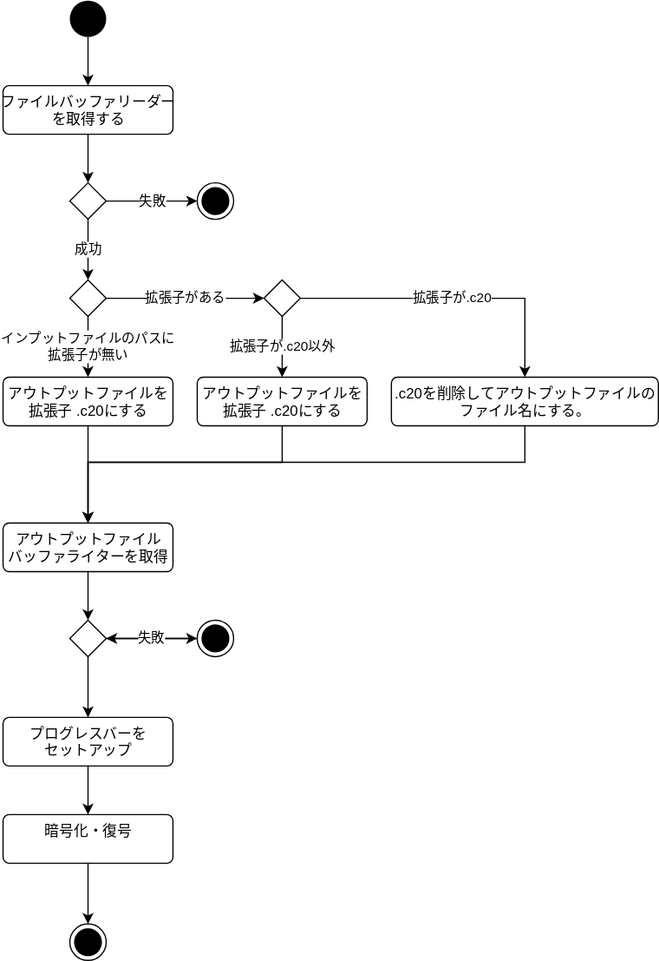
Earlier version of the draw.io export document/crypto_mode.drawio.svg (aoki-soft/CryptoTool). Source tidied: cells renumbered, new cells last; positions are measured from the earlier drawing's top-left corner, leaving out a move shared by most shapes.
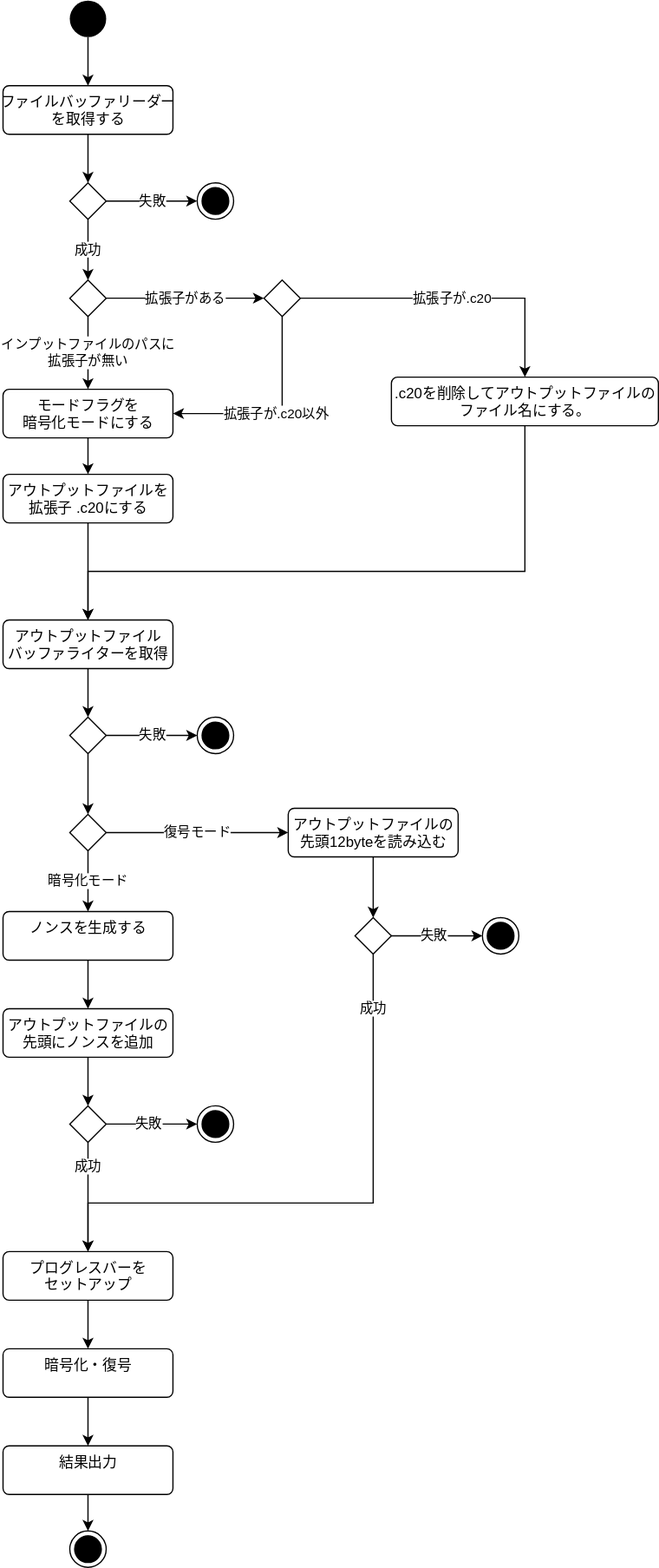
The same file after the commit.

What changed in the source:
```diff
@@ -37,14 +37,18 @@
     <mxCell id="12" style="rhombus;" parent="1" vertex="1">
       <mxGeometry x="55" y="230" width="30" height="30" as="geometry" />
     </mxCell>
-    <mxCell id="13" style="edgeStyle=orthogonalEdgeStyle;rounded=0;jettySize=auto;html=1;" parent="1" edge="1" source="14" target="23">
-      <mxGeometry relative="1" as="geometry" />
-    </mxCell>
+    <mxCell id="34" style="edgeStyle=orthogonalEdgeStyle;rounded=0;jettySize=auto;html=1;" parent="1" edge="1" source="14" target="21">
+      <mxGeometry relative="1" as="geometry" />
+    </mxCell>
-    <mxCell id="14" value="アウトプットファイルを&lt;br&gt;拡張子 .c20にする" style="html=1;align=center;verticalAlign=top;rounded=1;absoluteArcSize=1;arcSize=10;dashed=0;" parent="1" vertex="1">
-      <mxGeometry y="310" width="140" height="40" as="geometry" />
+    <mxCell id="14" value="モードフラグを&lt;br&gt;暗号化モードにする" style="html=1;align=center;verticalAlign=top;rounded=1;absoluteArcSize=1;arcSize=10;dashed=0;" parent="1" vertex="1">
+      <mxGeometry y="320" width="140" height="40" as="geometry" />
     </mxCell>
-    <mxCell id="15" value="拡張子が.c20以外" style="edgeStyle=orthogonalEdgeStyle;rounded=0;jettySize=auto;html=1;" parent="1" edge="1" source="17" target="21">
-      <mxGeometry relative="1" as="geometry" />
+    <mxCell id="15" value="拡張子が.c20以外" style="edgeStyle=orthogonalEdgeStyle;rounded=0;jettySize=auto;html=1;entryX=1;entryY=0.5;entryDx=0;entryDy=0;" parent="1" edge="1" source="17" target="14">
+      <mxGeometry relative="1" as="geometry">
+        <Array as="points">
+          <mxPoint x="230" y="340" />
+        </Array>
+      </mxGeometry>
     </mxCell>
     <mxCell id="16" value="拡張子が.c20" style="edgeStyle=orthogonalEdgeStyle;rounded=0;jettySize=auto;html=1;" parent="1" edge="1" source="17" target="19">
       <mxGeometry relative="1" as="geometry" />
@@ -55,60 +59,118 @@
     <mxCell id="18" style="edgeStyle=orthogonalEdgeStyle;rounded=0;jettySize=auto;html=1;" parent="1" edge="1" source="19" target="23">
       <mxGeometry relative="1" as="geometry">
         <Array as="points">
-          <mxPoint x="430" y="380" />
-          <mxPoint x="70" y="380" />
+          <mxPoint x="430" y="470" />
+          <mxPoint x="70" y="470" />
         </Array>
       </mxGeometry>
     </mxCell>
     <mxCell id="19" value=".c20を削除してアウトプットファイルの&lt;br&gt;ファイル名にする。" style="html=1;align=center;verticalAlign=top;rounded=1;absoluteArcSize=1;arcSize=10;dashed=0;" parent="1" vertex="1">
       <mxGeometry x="320" y="310" width="220" height="40" as="geometry" />
     </mxCell>
-    <mxCell id="20" style="edgeStyle=orthogonalEdgeStyle;rounded=0;jettySize=auto;html=1;" parent="1" edge="1" source="21" target="23">
-      <mxGeometry relative="1" as="geometry">
-        <Array as="points">
-          <mxPoint x="230" y="380" />
-          <mxPoint x="70" y="380" />
-        </Array>
-      </mxGeometry>
-    </mxCell>
-    <mxCell id="21" value="アウトプットファイルを&lt;br&gt;拡張子 .c20にする" style="html=1;align=center;verticalAlign=top;rounded=1;absoluteArcSize=1;arcSize=10;dashed=0;" parent="1" vertex="1">
-      <mxGeometry x="160" y="310" width="140" height="40" as="geometry" />
-    </mxCell>
     <mxCell id="22" style="edgeStyle=orthogonalEdgeStyle;rounded=0;jettySize=auto;html=1;" parent="1" edge="1" source="23" target="26">
       <mxGeometry relative="1" as="geometry" />
     </mxCell>
     <mxCell id="23" value="アウトプットファイル&lt;br&gt;バッファライターを取得" style="html=1;align=center;verticalAlign=top;rounded=1;absoluteArcSize=1;arcSize=10;dashed=0;" parent="1" vertex="1">
-      <mxGeometry y="430" width="140" height="40" as="geometry" />
+      <mxGeometry y="510" width="140" height="40" as="geometry" />
     </mxCell>
-    <mxCell id="24" style="edgeStyle=orthogonalEdgeStyle;rounded=0;jettySize=auto;html=1;" parent="1" edge="1" source="26" target="28">
+    <mxCell id="24" value="失敗" style="edgeStyle=orthogonalEdgeStyle;rounded=0;jettySize=auto;html=1;" parent="1" edge="1" source="26" target="28">
       <mxGeometry relative="1" as="geometry" />
     </mxCell>
-    <mxCell id="25" style="edgeStyle=orthogonalEdgeStyle;rounded=0;jettySize=auto;html=1;" parent="1" edge="1" source="26" target="30">
-      <mxGeometry relative="1" as="geometry" />
-    </mxCell>
+    <mxCell id="35" style="edgeStyle=orthogonalEdgeStyle;rounded=0;jettySize=auto;html=1;" parent="1" edge="1" source="26" target="43">
+      <mxGeometry relative="1" as="geometry" />
+    </mxCell>
     <mxCell id="26" style="rhombus;" parent="1" vertex="1">
-      <mxGeometry x="55" y="510" width="30" height="30" as="geometry" />
+      <mxGeometry x="55" y="590" width="30" height="30" as="geometry" />
     </mxCell>
-    <mxCell id="27" value="失敗" style="edgeStyle=orthogonalEdgeStyle;rounded=0;jettySize=auto;html=1;" parent="1" edge="1" source="28" target="26">
-      <mxGeometry relative="1" as="geometry" />
-    </mxCell>
     <mxCell id="28" style="ellipse;html=1;shape=endState;fillColor=#000000;strokeColor=#000000;" parent="1" vertex="1">
-      <mxGeometry x="160" y="510" width="30" height="30" as="geometry" />
+      <mxGeometry x="160" y="590" width="30" height="30" as="geometry" />
     </mxCell>
     <mxCell id="29" style="edgeStyle=orthogonalEdgeStyle;rounded=0;jettySize=auto;html=1;" parent="1" edge="1" source="30" target="32">
       <mxGeometry relative="1" as="geometry" />
     </mxCell>
     <mxCell id="30" value="プログレスバーを&lt;br&gt;セットアップ" style="html=1;align=center;verticalAlign=top;rounded=1;absoluteArcSize=1;arcSize=10;dashed=0;" parent="1" vertex="1">
-      <mxGeometry y="590" width="140" height="40" as="geometry" />
+      <mxGeometry y="1030" width="140" height="40" as="geometry" />
     </mxCell>
-    <mxCell id="31" style="edgeStyle=orthogonalEdgeStyle;rounded=0;jettySize=auto;html=1;" parent="1" edge="1" source="32" target="33">
-      <mxGeometry relative="1" as="geometry" />
-    </mxCell>
+    <mxCell id="36" style="edgeStyle=orthogonalEdgeStyle;rounded=0;jettySize=auto;html=1;" parent="1" edge="1" source="32" target="55">
+      <mxGeometry relative="1" as="geometry" />
+    </mxCell>
     <mxCell id="32" value="暗号化・復号" style="html=1;align=center;verticalAlign=top;rounded=1;absoluteArcSize=1;arcSize=10;dashed=0;" parent="1" vertex="1">
-      <mxGeometry y="670" width="140" height="40" as="geometry" />
+      <mxGeometry y="1110" width="140" height="40" as="geometry" />
     </mxCell>
     <mxCell id="33" style="ellipse;html=1;shape=endState;fillColor=#000000;strokeColor=#000000;" parent="1" vertex="1">
-      <mxGeometry x="55" y="760" width="30" height="30" as="geometry" />
+      <mxGeometry x="55" y="1260" width="30" height="30" as="geometry" />
     </mxCell>
+    <mxCell id="37" style="edgeStyle=orthogonalEdgeStyle;rounded=0;jettySize=auto;html=1;" parent="1" edge="1" source="38" target="40">
+      <mxGeometry relative="1" as="geometry" />
+    </mxCell>
+    <mxCell id="38" value="ノンスを生成する" style="html=1;align=center;verticalAlign=top;rounded=1;absoluteArcSize=1;arcSize=10;dashed=0;" parent="1" vertex="1">
+      <mxGeometry y="750" width="140" height="40" as="geometry" />
+    </mxCell>
+    <mxCell id="39" style="edgeStyle=orthogonalEdgeStyle;rounded=0;jettySize=auto;html=1;" parent="1" edge="1" source="40" target="47">
+      <mxGeometry relative="1" as="geometry" />
+    </mxCell>
+    <mxCell id="40" value="アウトプットファイルの&lt;br&gt;先頭にノンスを追加" style="html=1;align=center;verticalAlign=top;rounded=1;absoluteArcSize=1;arcSize=10;dashed=0;" parent="1" vertex="1">
+      <mxGeometry y="830" width="140" height="40" as="geometry" />
+    </mxCell>
+    <mxCell id="20" style="edgeStyle=orthogonalEdgeStyle;rounded=0;jettySize=auto;html=1;" parent="1" edge="1" source="21" target="23">
+      <mxGeometry relative="1" as="geometry" />
+    </mxCell>
+    <mxCell id="21" value="アウトプットファイルを&lt;br&gt;拡張子 .c20にする" style="html=1;align=center;verticalAlign=top;rounded=1;absoluteArcSize=1;arcSize=10;dashed=0;" parent="1" vertex="1">
+      <mxGeometry y="390" width="140" height="40" as="geometry" />
+    </mxCell>
+    <mxCell id="41" value="暗号化モード" style="edgeStyle=orthogonalEdgeStyle;rounded=0;jettySize=auto;html=1;" parent="1" edge="1" source="43" target="38">
+      <mxGeometry relative="1" as="geometry" />
+    </mxCell>
+    <mxCell id="42" value="復号モード" style="edgeStyle=orthogonalEdgeStyle;rounded=0;jettySize=auto;html=1;" parent="1" edge="1" source="43" target="49">
+      <mxGeometry relative="1" as="geometry" />
+    </mxCell>
+    <mxCell id="43" style="rhombus;" parent="1" vertex="1">
+      <mxGeometry x="55" y="670" width="30" height="30" as="geometry" />
+    </mxCell>
+    <mxCell id="44" value="失敗" style="edgeStyle=orthogonalEdgeStyle;rounded=0;jettySize=auto;html=1;" parent="1" edge="1" target="45">
+      <mxGeometry relative="1" as="geometry">
+        <mxPoint x="80" y="925" as="sourcePoint" />
+      </mxGeometry>
+    </mxCell>
+    <mxCell id="45" style="ellipse;html=1;shape=endState;fillColor=#000000;strokeColor=#000000;" parent="1" vertex="1">
+      <mxGeometry x="160" y="910" width="30" height="30" as="geometry" />
+    </mxCell>
+    <mxCell id="46" value="成功" style="edgeStyle=orthogonalEdgeStyle;rounded=0;jettySize=auto;html=1;" parent="1" edge="1" source="47" target="30">
+      <mxGeometry x="-0.56" relative="1" as="geometry" />
+    </mxCell>
+    <mxCell id="47" style="rhombus;" parent="1" vertex="1">
+      <mxGeometry x="55" y="910" width="30" height="30" as="geometry" />
+    </mxCell>
+    <mxCell id="48" style="edgeStyle=orthogonalEdgeStyle;rounded=0;jettySize=auto;html=1;entryX=0.5;entryY=0;entryDx=0;entryDy=0;" parent="1" edge="1" source="49" target="53">
+      <mxGeometry relative="1" as="geometry" />
+    </mxCell>
+    <mxCell id="49" value="アウトプットファイルの&lt;br&gt;先頭12byteを読み込む" style="html=1;align=center;verticalAlign=top;rounded=1;absoluteArcSize=1;arcSize=10;dashed=0;" parent="1" vertex="1">
+      <mxGeometry x="235" y="665" width="140" height="40" as="geometry" />
+    </mxCell>
+    <mxCell id="50" value="失敗" style="edgeStyle=orthogonalEdgeStyle;rounded=0;jettySize=auto;html=1;" parent="1" edge="1" target="51">
+      <mxGeometry relative="1" as="geometry">
+        <mxPoint x="315" y="770" as="sourcePoint" />
+      </mxGeometry>
+    </mxCell>
+    <mxCell id="51" style="ellipse;html=1;shape=endState;fillColor=#000000;strokeColor=#000000;" parent="1" vertex="1">
+      <mxGeometry x="395" y="755" width="30" height="30" as="geometry" />
+    </mxCell>
+    <mxCell id="52" value="成功" style="edgeStyle=orthogonalEdgeStyle;rounded=0;jettySize=auto;html=1;" parent="1" edge="1" source="53" target="30">
+      <mxGeometry x="-0.81" relative="1" as="geometry">
+        <Array as="points">
+          <mxPoint x="305" y="990" />
+          <mxPoint x="70" y="990" />
+        </Array>
+      </mxGeometry>
+    </mxCell>
+    <mxCell id="53" style="rhombus;" parent="1" vertex="1">
+      <mxGeometry x="290" y="755" width="30" height="30" as="geometry" />
+    </mxCell>
+    <mxCell id="54" style="edgeStyle=orthogonalEdgeStyle;rounded=0;jettySize=auto;html=1;" parent="1" edge="1" source="55" target="33">
+      <mxGeometry relative="1" as="geometry" />
+    </mxCell>
+    <mxCell id="55" value="結果出力" style="html=1;align=center;verticalAlign=top;rounded=1;absoluteArcSize=1;arcSize=10;dashed=0;" parent="1" vertex="1">
+      <mxGeometry y="1190" width="140" height="40" as="geometry" />
+    </mxCell>
   </root>
 </mxGraphModel>
```
